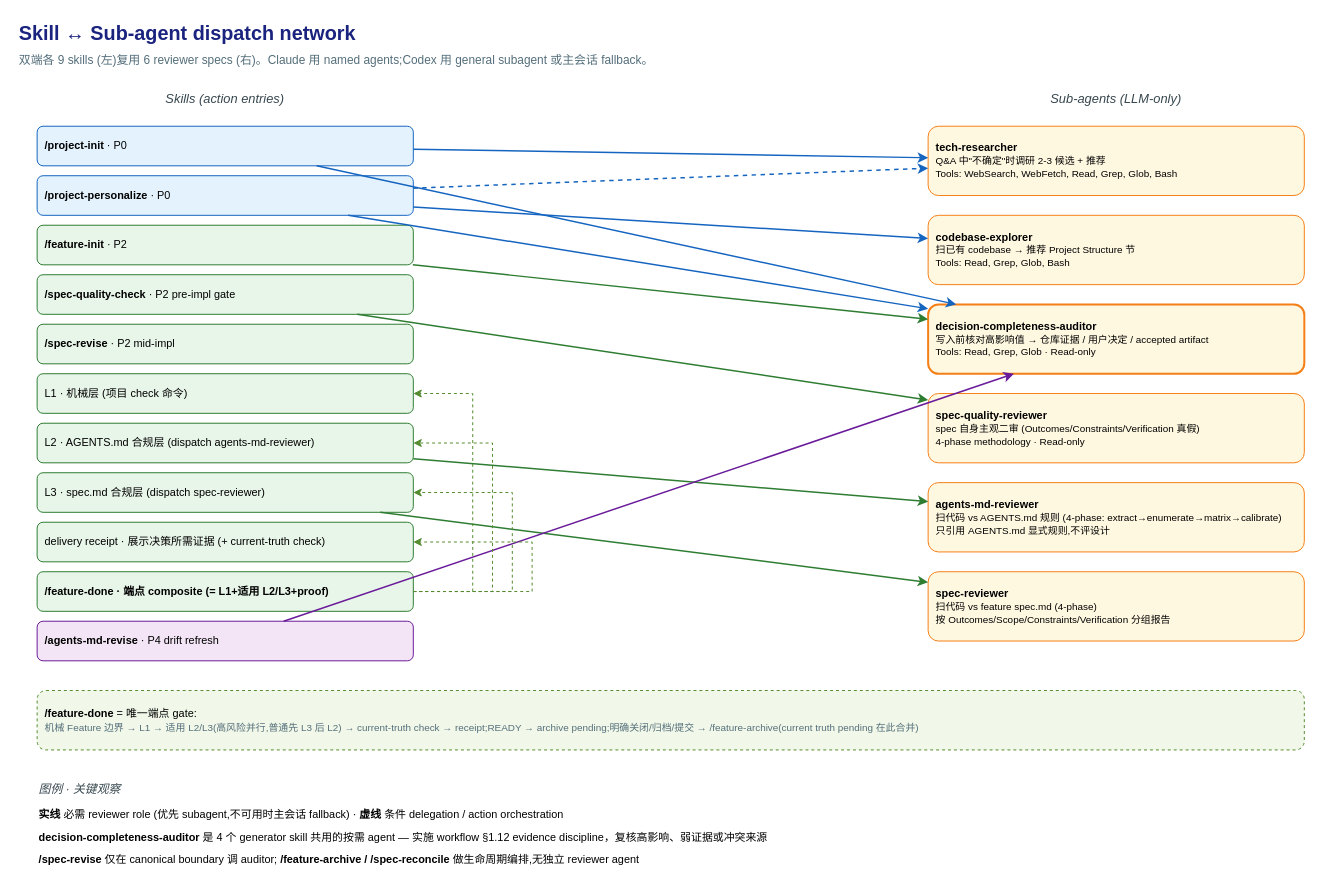
Earlier version of the draw.io diagram page "Dispatch network (skills ↔ agents)" (2 of 2) of docs/project-workflow-overview.drawio (shrekshrek/project-workflow). Source tidied: cells renumbered, new cells numbered last; positions are measured from the earlier drawing's top-left corner, leaving out a move shared by most shapes. Both pictures are drawn from the tidied source at 99%, with x=0, y=0 at pixel (17, 17).
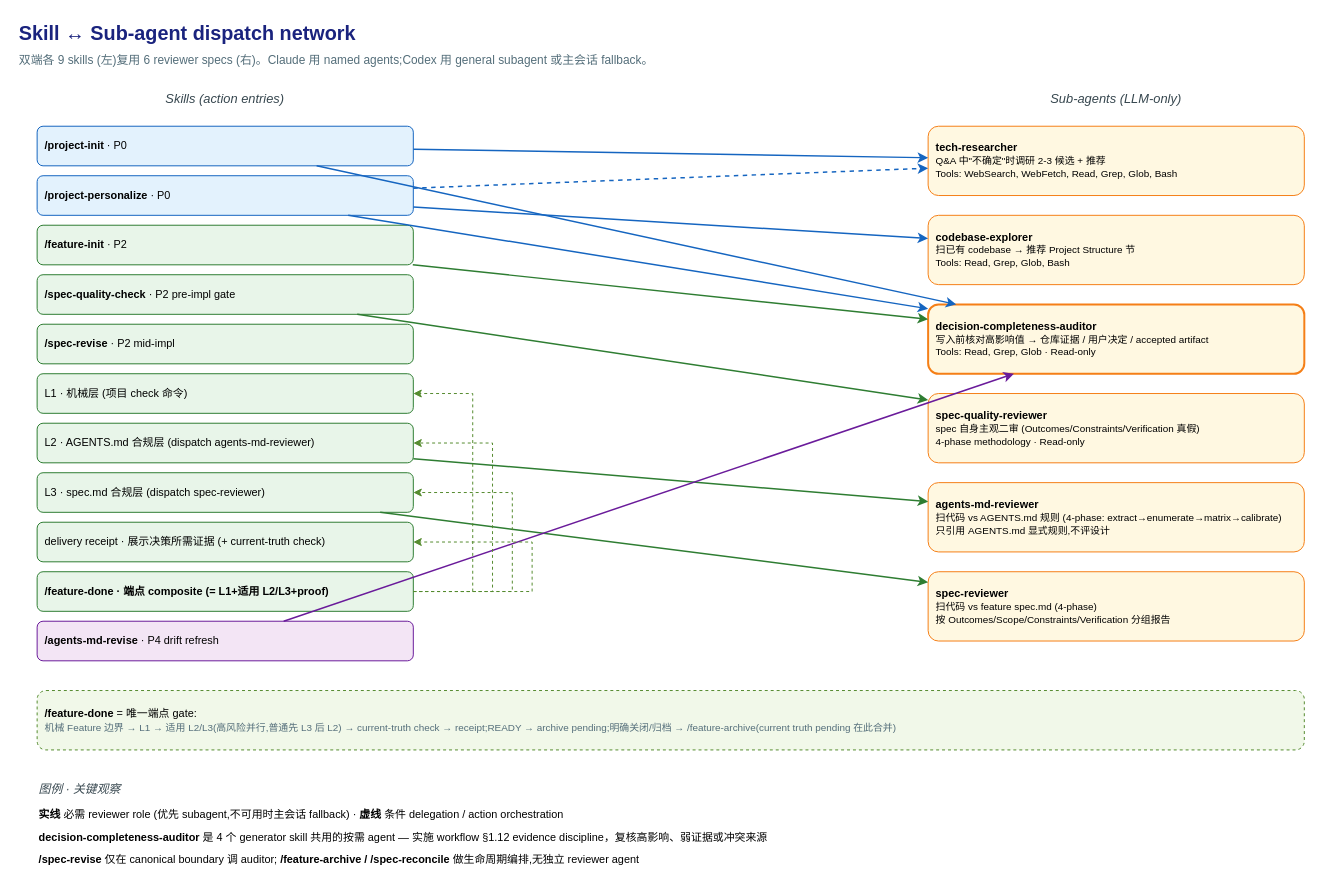
Above is the later version.

What changed in the source:
```diff
@@
-    <mxCell id="33" value="&lt;b&gt;/feature-done&lt;/b&gt; = 唯一端点 gate:&lt;br/&gt;&lt;span style='font-size:10px;color:#546E7A;'&gt;机械 Feature 边界 → L1 → 适用 L2/L3(高风险并行,普通先 L3 后 L2) → current-truth check → receipt;READY → archive pending;明确关闭/归档/提交 → /feature-archive(current truth pending 在此合并)&lt;/span&gt;" style="rounded=1;whiteSpace=wrap;html=1;fillColor=#F1F8E9;strokeColor=#558B2F;fontSize=11;align=left;verticalAlign=middle;spacing=8;dashed=1;" parent="1" vertex="1">
+    <mxCell id="33" value="&lt;b&gt;/feature-done&lt;/b&gt; = 唯一端点 gate:&lt;br/&gt;&lt;span style='font-size:10px;color:#546E7A;'&gt;机械 Feature 边界 → L1 → 适用 L2/L3(高风险并行,普通先 L3 后 L2) → current-truth check → receipt;READY → archive pending;明确关闭/归档 → /feature-archive(current truth pending 在此合并)&lt;/span&gt;" style="rounded=1;whiteSpace=wrap;html=1;fillColor=#F1F8E9;strokeColor=#558B2F;fontSize=11;align=left;verticalAlign=middle;spacing=8;dashed=1;" parent="1" vertex="1">
       <mxGeometry x="20" y="680" width="1280" height="60" as="geometry" />
     </mxCell>
```
